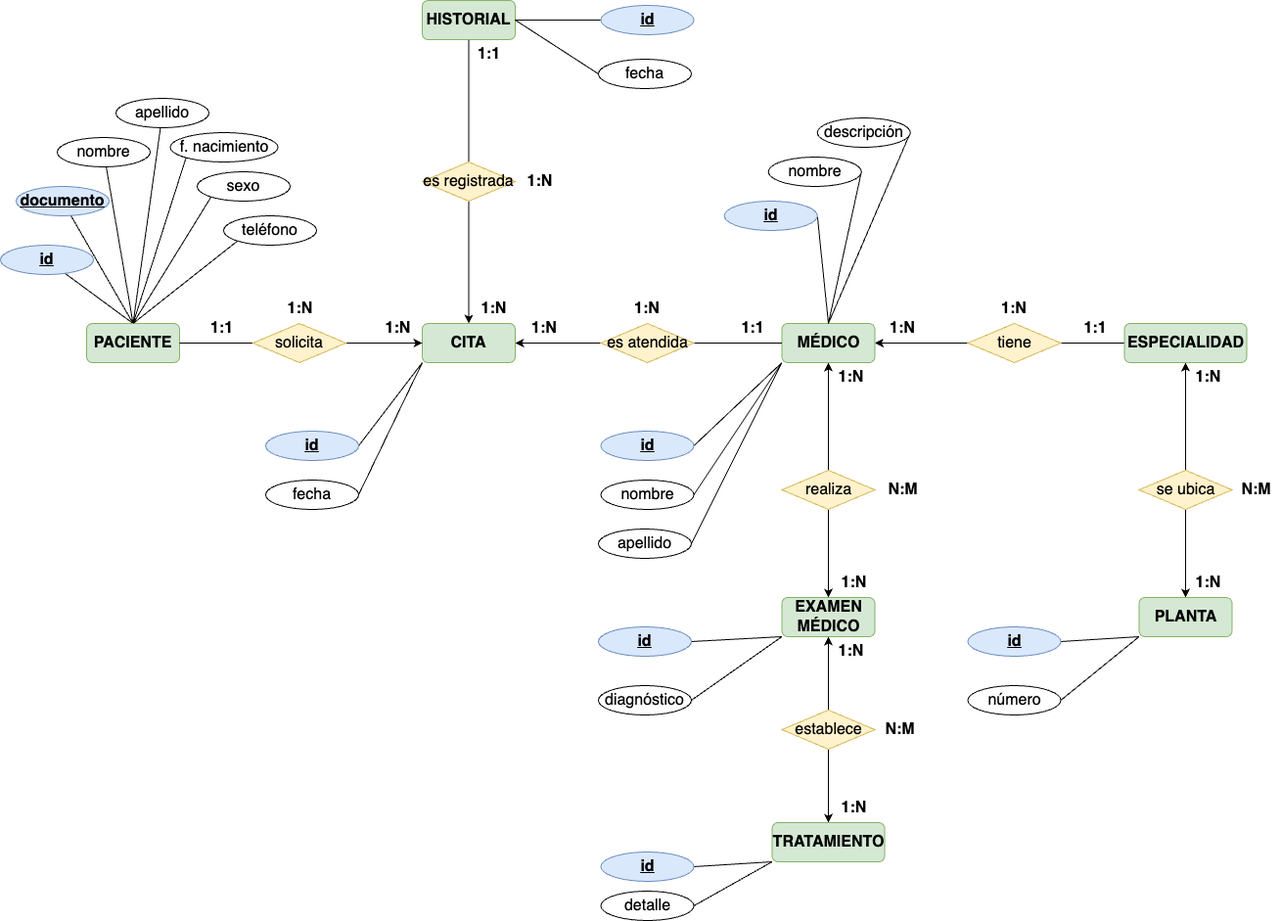
Above: img/entidad_relacion.drawio.png in dawproyectos/proyecto_bae (draw.io), before the change. Source tidied: cells renumbered, new cells last; positions are measured from the earlier drawing's top-left corner, leaving out a move shared by most shapes.
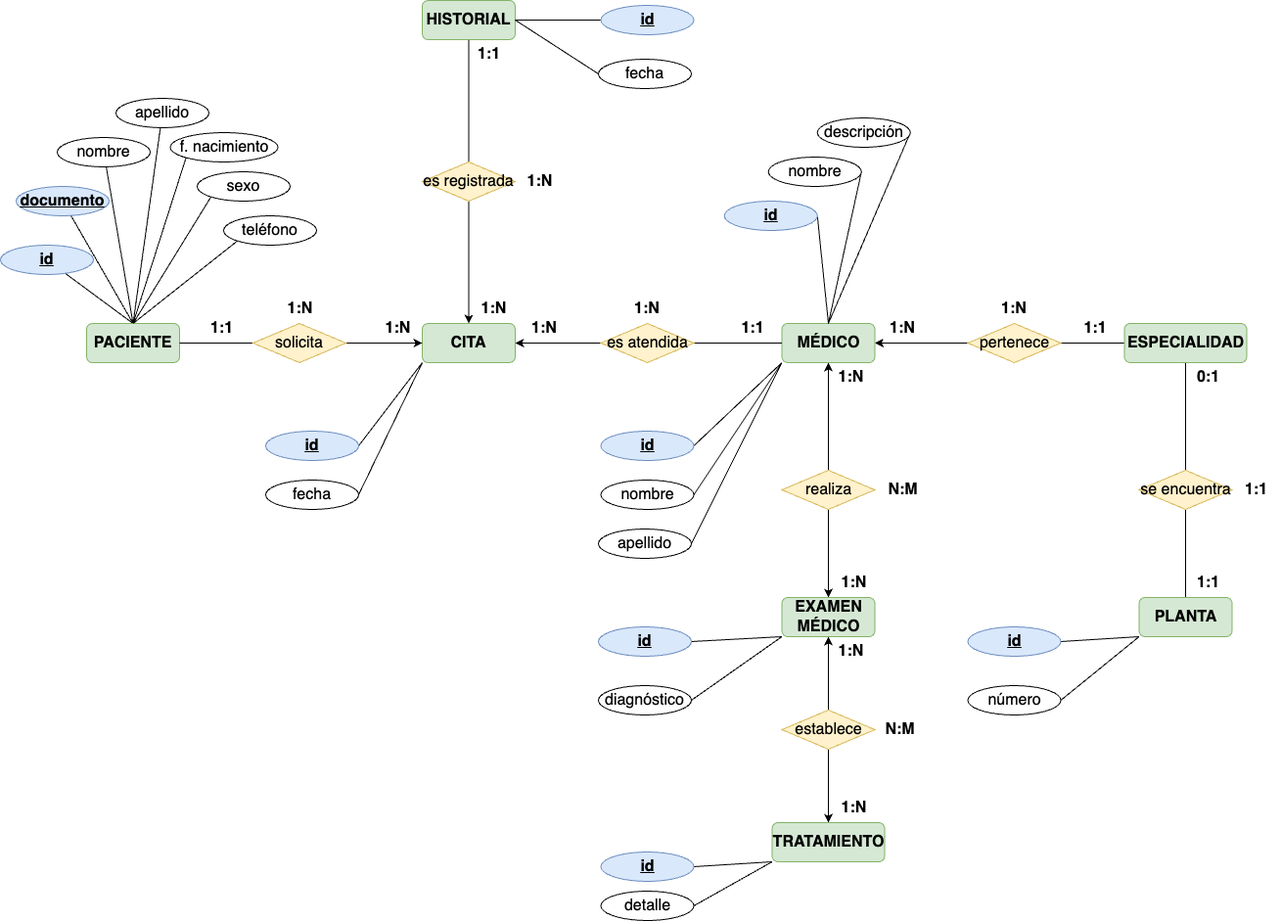
The same diagram one commit later.

Diff of the diagram source:
```diff
@@ -32,10 +32,10 @@
     <mxCell id="11" style="edgeStyle=orthogonalEdgeStyle;rounded=0;jettySize=auto;html=1;endArrow=none;endFill=0;" parent="1" edge="1" source="12" target="14">
       <mxGeometry relative="1" as="geometry" />
     </mxCell>
-    <mxCell id="12" value="tiene" style="shape=rhombus;perimeter=rhombusPerimeter;whiteSpace=wrap;html=1;align=center;fillColor=#fff2cc;strokeColor=#d6b656;fontSize=16;" parent="1" vertex="1">
+    <mxCell id="12" value="pertenece" style="shape=rhombus;perimeter=rhombusPerimeter;whiteSpace=wrap;html=1;align=center;fillColor=#fff2cc;strokeColor=#d6b656;fontSize=16;" parent="1" vertex="1">
       <mxGeometry x="988.5" y="330" width="95" height="40" as="geometry" />
     </mxCell>
-    <mxCell id="13" style="edgeStyle=orthogonalEdgeStyle;rounded=0;jettySize=auto;html=1;entryX=0.5;entryY=0;entryDx=0;entryDy=0;startArrow=classic;startFill=1;endArrow=none;endFill=0;" parent="1" edge="1" source="14" target="58">
+    <mxCell id="13" style="edgeStyle=orthogonalEdgeStyle;rounded=0;jettySize=auto;html=1;entryX=0.5;entryY=0;entryDx=0;entryDy=0;startArrow=none;startFill=0;endArrow=none;endFill=0;" parent="1" edge="1" source="14" target="58">
       <mxGeometry relative="1" as="geometry" />
     </mxCell>
     <mxCell id="14" value="ESPECIALIDAD" style="rounded=1;whiteSpace=wrap;html=1;fillColor=#d5e8d4;strokeColor=#82b366;fontStyle=1;align=center;fontSize=16;" parent="1" vertex="1">
@@ -167,10 +167,10 @@
     <mxCell id="56" value="&lt;b style=&quot;font-size: 16px;&quot;&gt;1:N&lt;/b&gt;" style="text;html=1;strokeColor=none;fillColor=none;align=center;verticalAlign=middle;whiteSpace=wrap;rounded=0;fontSize=16;" parent="1" vertex="1">
       <mxGeometry x="1006" y="300" width="60" height="30" as="geometry" />
     </mxCell>
-    <mxCell id="57" style="edgeStyle=orthogonalEdgeStyle;rounded=0;jettySize=auto;html=1;entryX=0.5;entryY=0;entryDx=0;entryDy=0;" parent="1" edge="1" source="58" target="61">
+    <mxCell id="57" style="edgeStyle=orthogonalEdgeStyle;rounded=0;jettySize=auto;html=1;entryX=0.5;entryY=0;entryDx=0;entryDy=0;endArrow=none;endFill=0;" parent="1" edge="1" source="58" target="61">
       <mxGeometry relative="1" as="geometry" />
     </mxCell>
-    <mxCell id="58" value="se ubica" style="shape=rhombus;perimeter=rhombusPerimeter;whiteSpace=wrap;html=1;align=center;fillColor=#fff2cc;strokeColor=#d6b656;fontSize=16;" parent="1" vertex="1">
+    <mxCell id="58" value="se encuentra" style="shape=rhombus;perimeter=rhombusPerimeter;whiteSpace=wrap;html=1;align=center;fillColor=#fff2cc;strokeColor=#d6b656;fontSize=16;" parent="1" vertex="1">
       <mxGeometry x="1163.5" y="480" width="95" height="40" as="geometry" />
     </mxCell>
     <mxCell id="59" style="rounded=0;jettySize=auto;html=1;exitX=0;exitY=1;exitDx=0;exitDy=0;endArrow=none;endFill=0;fontSize=16;entryX=1;entryY=0.5;entryDx=0;entryDy=0;" parent="1" edge="1" source="61" target="65">
@@ -182,10 +182,10 @@
     <mxCell id="61" value="PLANTA" style="rounded=1;whiteSpace=wrap;html=1;fillColor=#d5e8d4;strokeColor=#82b366;fontStyle=1;align=center;fontSize=16;" parent="1" vertex="1">
       <mxGeometry x="1163.5" y="610" width="95" height="40" as="geometry" />
     </mxCell>
-    <mxCell id="62" value="&lt;b style=&quot;font-size: 16px;&quot;&gt;1:N&lt;/b&gt;" style="text;html=1;align=center;verticalAlign=middle;strokeColor=none;fillColor=none;fontSize=16;" parent="1" vertex="1">
+    <mxCell id="62" value="&lt;b&gt;1:1&lt;/b&gt;" style="text;html=1;align=center;verticalAlign=middle;strokeColor=none;fillColor=none;fontSize=16;" parent="1" vertex="1">
       <mxGeometry x="1208.5" y="580" width="50" height="30" as="geometry" />
     </mxCell>
-    <mxCell id="63" value="&lt;b style=&quot;font-size: 16px;&quot;&gt;N:M&lt;/b&gt;" style="text;html=1;align=center;verticalAlign=middle;strokeColor=none;fillColor=none;fontSize=16;" parent="1" vertex="1">
+    <mxCell id="63" value="&lt;b style=&quot;font-size: 16px;&quot;&gt;1:1&lt;/b&gt;" style="text;html=1;align=center;verticalAlign=middle;strokeColor=none;fillColor=none;fontSize=16;" parent="1" vertex="1">
       <mxGeometry x="1258" y="485" width="50" height="30" as="geometry" />
     </mxCell>
     <mxCell id="64" value="id" style="ellipse;whiteSpace=wrap;html=1;fontStyle=5;fillColor=#dae8fc;strokeColor=#6c8ebf;fontSize=16;" parent="1" vertex="1">
@@ -287,7 +287,7 @@
     <mxCell id="96" value="&lt;b style=&quot;font-size: 16px;&quot;&gt;1:N&lt;/b&gt;" style="text;html=1;strokeColor=none;fillColor=none;align=center;verticalAlign=middle;whiteSpace=wrap;rounded=0;fontSize=16;" parent="1" vertex="1">
       <mxGeometry x="892" y="320" width="60" height="30" as="geometry" />
     </mxCell>
-    <mxCell id="97" value="&lt;b style=&quot;font-size: 16px;&quot;&gt;1:N&lt;/b&gt;" style="text;html=1;align=center;verticalAlign=middle;strokeColor=none;fillColor=none;fontSize=16;" parent="1" vertex="1">
+    <mxCell id="97" value="&lt;b style=&quot;font-size: 16px;&quot;&gt;0:1&lt;/b&gt;" style="text;html=1;align=center;verticalAlign=middle;strokeColor=none;fillColor=none;fontSize=16;" parent="1" vertex="1">
       <mxGeometry x="1208.5" y="370" width="50" height="30" as="geometry" />
     </mxCell>
   </root>
```
